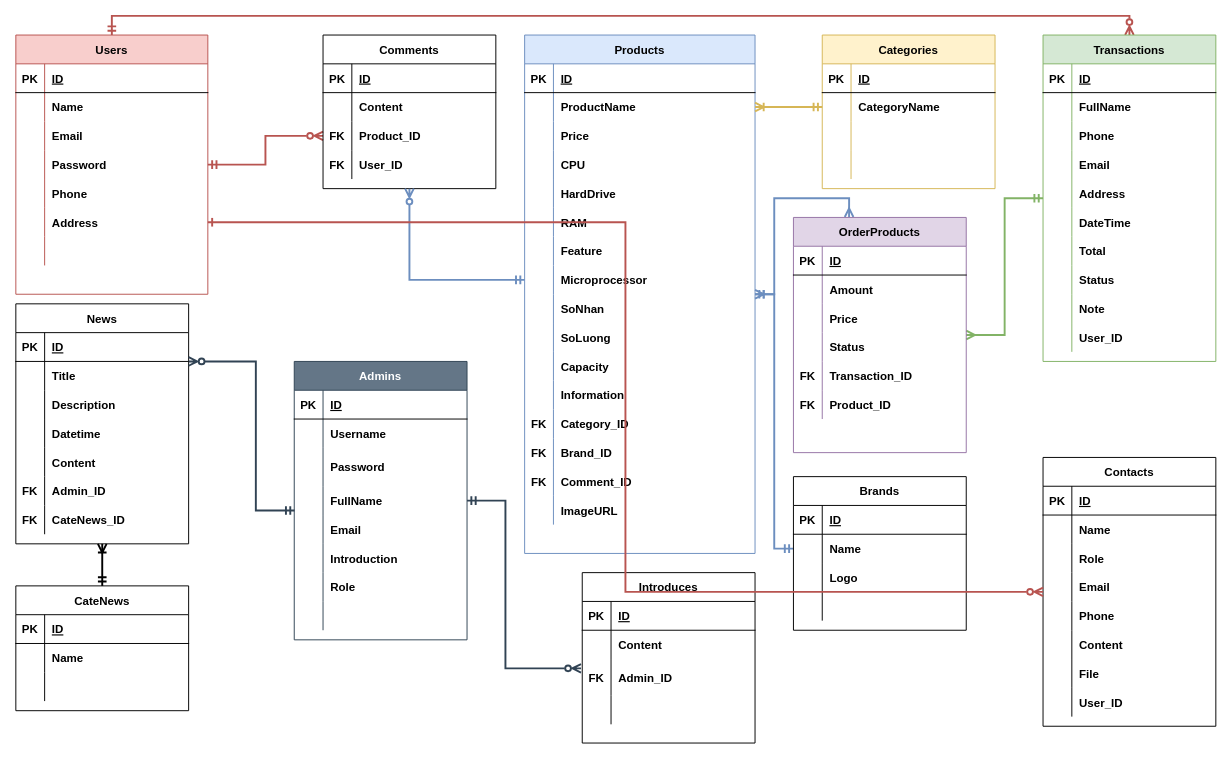
The draw.io diagram aaa.drawio in Linhz01/weblaptop, before the edit. Source tidied: cells renumbered, new cells numbered last; positions are measured from the earlier drawing's top-left corner, leaving out a move shared by most shapes. Both pictures are drawn from the tidied source at 96%, with x=0, y=0 at pixel (15, 35).
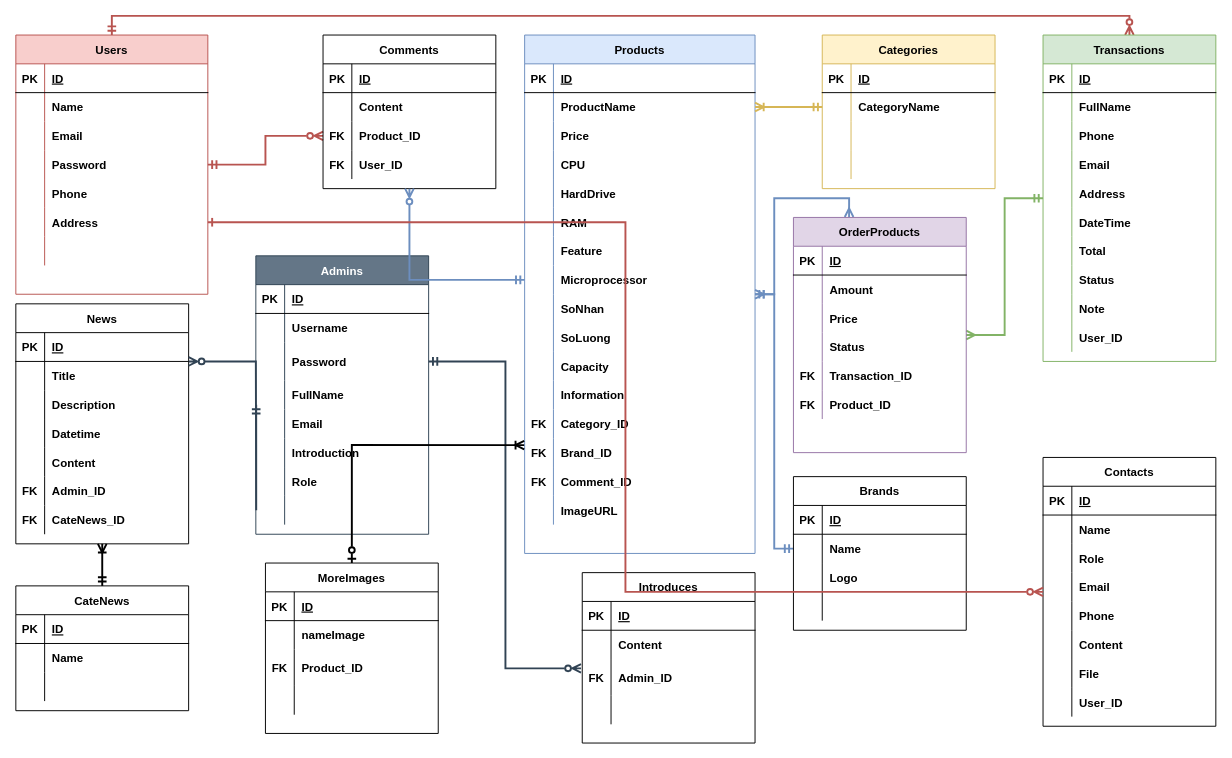
The same diagram, later.

The change refers to these unchanged cells:
```xml
<mxCell id="9" style="shape=tableRow;horizontal=0;startSize=0;swimlaneHead=0;swimlaneBody=0;fillColor=none;points=[[0,0.5],[1,0.5]];portConstraint=eastwest;top=0;left=0;right=0;bottom=0;fontStyle=1;" parent="2" vertex="1">
  <mxGeometry y="90" width="180" height="40" as="geometry" />
</mxCell>
<mxCell id="12" style="shape=tableRow;horizontal=0;startSize=0;swimlaneHead=0;swimlaneBody=0;fillColor=none;points=[[0,0.5],[1,0.5]];portConstraint=eastwest;top=0;left=0;right=0;bottom=0;fontStyle=1;" parent="2" vertex="1">
  <mxGeometry y="130" width="180" height="30" as="geometry" />
</mxCell>
<mxCell id="90" style="shape=tableRow;horizontal=0;startSize=0;swimlaneHead=0;swimlaneBody=0;fillColor=none;points=[[0,0.5],[1,0.5]];portConstraint=eastwest;top=0;left=0;right=0;bottom=0;fontStyle=1;" parent="53" vertex="1">
  <mxGeometry y="390" width="240" height="30" as="geometry" />
</mxCell>
<mxCell id="220" style="shape=tableRow;horizontal=0;startSize=0;swimlaneHead=0;swimlaneBody=0;fillColor=none;points=[[0,0.5],[1,0.5]];portConstraint=eastwest;top=0;left=0;right=0;bottom=0;fontStyle=1;" parent="213" vertex="1">
  <mxGeometry y="90" width="180" height="38" as="geometry" />
</mxCell>
```

Change to the diagram source:
```diff
@@
     <mxCell id="2" value="Admins" style="shape=table;startSize=30;childLayout=tableLayout;rowLines=0;fontStyle=1;align=center;fillColor=#647687;fontColor=#ffffff;strokeColor=#314354;" parent="1" vertex="1">
-      <mxGeometry x="290" y="340" width="180" height="290" as="geometry" />
+      <mxGeometry x="250" y="230" width="180" height="290" as="geometry" />
     </mxCell>
@@
-    <mxCell id="228" style="edgeStyle=orthogonalEdgeStyle;rounded=0;jumpSize=30;jettySize=auto;html=1;entryX=-0.007;entryY=0.255;entryDx=0;entryDy=0;entryPerimeter=0;startArrow=ERmandOne;startFill=0;endArrow=ERzeroToMany;endFill=0;strokeWidth=2;fillColor=#647687;strokeColor=#314354;fontStyle=1;" parent="1" edge="1" source="12" target="220">
+    <mxCell id="228" style="edgeStyle=orthogonalEdgeStyle;rounded=0;jumpSize=30;jettySize=auto;html=1;entryX=-0.007;entryY=0.255;entryDx=0;entryDy=0;entryPerimeter=0;startArrow=ERmandOne;startFill=0;endArrow=ERzeroToMany;endFill=0;strokeWidth=2;fillColor=#647687;strokeColor=#314354;fontStyle=1;exitX=1;exitY=0.5;exitDx=0;exitDy=0;" parent="1" edge="1" source="9" target="220">
       <mxGeometry relative="1" as="geometry">
         <Array as="points">
-          <mxPoint x="510" y="485" />
+          <mxPoint x="510" y="340" />
           <mxPoint x="510" y="660" />
         </Array>
       </mxGeometry>
     </mxCell>
@@
+    <mxCell id="268" style="edgeStyle=orthogonalEdgeStyle;rounded=0;jettySize=auto;html=1;entryX=-0.002;entryY=1.238;entryDx=0;entryDy=0;entryPerimeter=0;endArrow=ERoneToMany;endFill=0;startArrow=ERzeroToOne;startFill=0;strokeWidth=2;" parent="1" edge="1" source="269" target="90">
+      <mxGeometry relative="1" as="geometry" />
+    </mxCell>
+    <mxCell id="269" value="MoreImages" style="shape=table;startSize=30;childLayout=tableLayout;rowLines=0;fontStyle=1;align=center;" parent="1" vertex="1">
+      <mxGeometry x="260" y="550" width="180" height="177.5" as="geometry" />
+    </mxCell>
+    <mxCell id="270" style="shape=tableRow;horizontal=0;startSize=0;swimlaneHead=0;swimlaneBody=0;fillColor=none;top=0;left=0;right=0;bottom=1;fontStyle=1;" parent="269" vertex="1">
+      <mxGeometry y="30" width="180" height="30" as="geometry" />
+    </mxCell>
+    <mxCell id="271" value="PK" style="shape=partialRectangle;fillColor=none;top=0;left=0;bottom=0;right=0;fontStyle=1;overflow=hidden;" parent="270" vertex="1">
+      <mxGeometry width="30" height="30" as="geometry" />
+    </mxCell>
+    <mxCell id="272" value="ID" style="shape=partialRectangle;fillColor=none;top=0;left=0;bottom=0;right=0;align=left;spacingLeft=6;fontStyle=5;overflow=hidden;" parent="270" vertex="1">
+      <mxGeometry x="30" width="150" height="30" as="geometry" />
+    </mxCell>
+    <mxCell id="273" style="shape=tableRow;horizontal=0;startSize=0;swimlaneHead=0;swimlaneBody=0;fillColor=none;top=0;left=0;right=0;bottom=0;fontStyle=1;" parent="269" vertex="1">
+      <mxGeometry y="60" width="180" height="30" as="geometry" />
+    </mxCell>
+    <mxCell id="274" style="shape=partialRectangle;fillColor=none;top=0;left=0;bottom=0;right=0;overflow=hidden;fontStyle=1;" parent="273" vertex="1">
+      <mxGeometry width="30" height="30" as="geometry" />
+    </mxCell>
+    <mxCell id="275" value="nameImage" style="shape=partialRectangle;fillColor=none;top=0;left=0;bottom=0;right=0;align=left;spacingLeft=6;overflow=hidden;fontStyle=1;" parent="273" vertex="1">
+      <mxGeometry x="30" width="150" height="30" as="geometry" />
+    </mxCell>
+    <mxCell id="276" style="shape=tableRow;horizontal=0;startSize=0;swimlaneHead=0;swimlaneBody=0;fillColor=none;top=0;left=0;right=0;bottom=0;fontStyle=1;" parent="269" vertex="1">
+      <mxGeometry y="90" width="180" height="38" as="geometry" />
+    </mxCell>
+    <mxCell id="277" value="FK" style="shape=partialRectangle;fillColor=none;top=0;left=0;bottom=0;right=0;overflow=hidden;fontStyle=1;" parent="276" vertex="1">
+      <mxGeometry width="30" height="38" as="geometry" />
+    </mxCell>
+    <mxCell id="278" value="Product_ID" style="shape=partialRectangle;fillColor=none;top=0;left=0;bottom=0;right=0;align=left;spacingLeft=6;overflow=hidden;fontStyle=1;" parent="276" vertex="1">
+      <mxGeometry x="30" width="150" height="38" as="geometry" />
+    </mxCell>
+    <mxCell id="279" style="shape=tableRow;horizontal=0;startSize=0;swimlaneHead=0;swimlaneBody=0;fillColor=none;top=0;left=0;right=0;bottom=0;fontStyle=1;" parent="269" vertex="1">
+      <mxGeometry y="128" width="180" height="30" as="geometry" />
+    </mxCell>
+    <mxCell id="280" style="shape=partialRectangle;fillColor=none;top=0;left=0;bottom=0;right=0;overflow=hidden;fontStyle=1;" parent="279" vertex="1">
+      <mxGeometry width="30" height="30" as="geometry" />
+    </mxCell>
+    <mxCell id="281" style="shape=partialRectangle;fillColor=none;top=0;left=0;bottom=0;right=0;align=left;spacingLeft=6;overflow=hidden;fontStyle=1;" parent="279" vertex="1">
+      <mxGeometry x="30" width="150" height="30" as="geometry" />
+    </mxCell>
```
